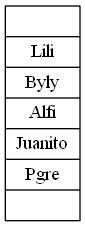
Before: preOrden.png, a diagram exported from Graphviz (ByLy23/Scrabble_CPP). Its source is kept beside it as preOrden.dot.
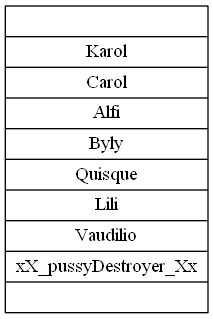
After the commit.

The edit, as a diff of the source:
```diff
@@ -1,4 +1,4 @@
 digraph graficaPreorden{
  linkdir=LR
- arreglo[shape= record label= "{|Lili|Byly|Alfi|Juanito|Pgre|}"];
+ arreglo[shape= record label= "{|Karol|Carol|Alfi|Byly|Quisque|Lili|Vaudilio|xX_pussyDestroyer_Xx|}"];
 }
```
